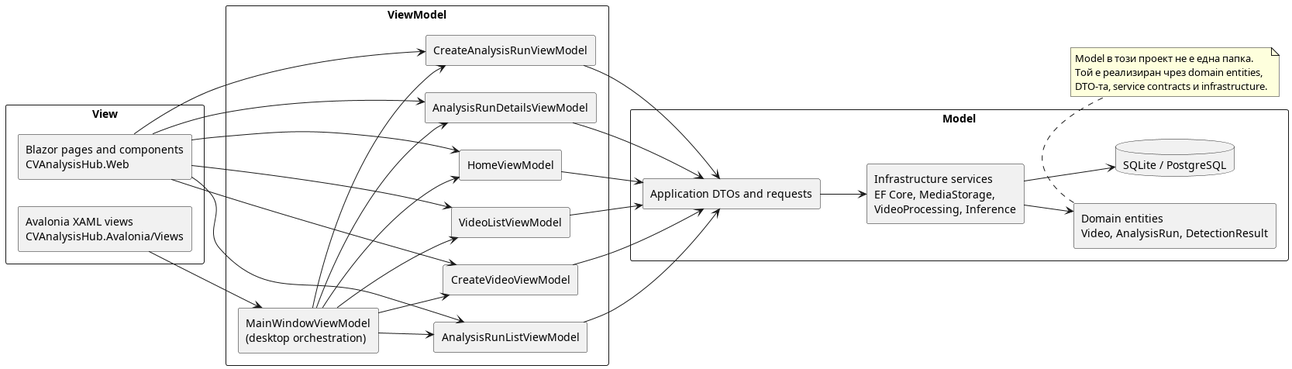
Above: documentation/figures/generated/mvvm-mapping.png in Apsie09/CV-Analysis-Hub (PlantUML), before the change. Its source is kept beside it as documentation/figures/diagrams/mvvm-mapping.puml. Source of this version:
```plantuml
@startuml
left to right direction
skinparam componentStyle rectangle
skinparam packageStyle rectangle

package "View" {
  component "Blazor pages and components\nCVAnalysisHub.Web" as view_web
  component "Avalonia XAML views\nCVAnalysisHub.Avalonia/Views" as view_avalonia
}

package "ViewModel" {
  component "HomeViewModel" as vm_home
  component "VideoListViewModel" as vm_videos
  component "CreateVideoViewModel" as vm_create_video
  component "AnalysisRunListViewModel" as vm_analysis_list
  component "CreateAnalysisRunViewModel" as vm_create_analysis
  component "AnalysisRunDetailsViewModel" as vm_analysis_details
  component "MainWindowViewModel\n(desktop orchestration)" as vm_shell
}

package "Model" {
  component "Domain entities\nVideo, AnalysisRun, DetectionResult" as model_domain
  component "Application DTOs and requests" as model_dtos
  component "Infrastructure services\nEF Core, MediaStorage,\nVideoProcessing, Inference" as model_services
  database "SQLite / PostgreSQL" as model_db
}

view_web --> vm_home
view_web --> vm_videos
view_web --> vm_create_video
view_web --> vm_analysis_list
view_web --> vm_create_analysis
view_web --> vm_analysis_details

view_avalonia --> vm_shell
vm_shell --> vm_home
vm_shell --> vm_videos
vm_shell --> vm_create_video
vm_shell --> vm_analysis_list
vm_shell --> vm_create_analysis
vm_shell --> vm_analysis_details

vm_home --> model_dtos
vm_videos --> model_dtos
vm_create_video --> model_dtos
vm_analysis_list --> model_dtos
vm_create_analysis --> model_dtos
vm_analysis_details --> model_dtos

model_dtos --> model_services
model_services --> model_domain
model_services --> model_db

note bottom of model_domain
Model в този проект не е една папка.
Той е реализиран чрез domain entities,
DTO-та, service contracts и infrastructure.
end note

@enduml
```
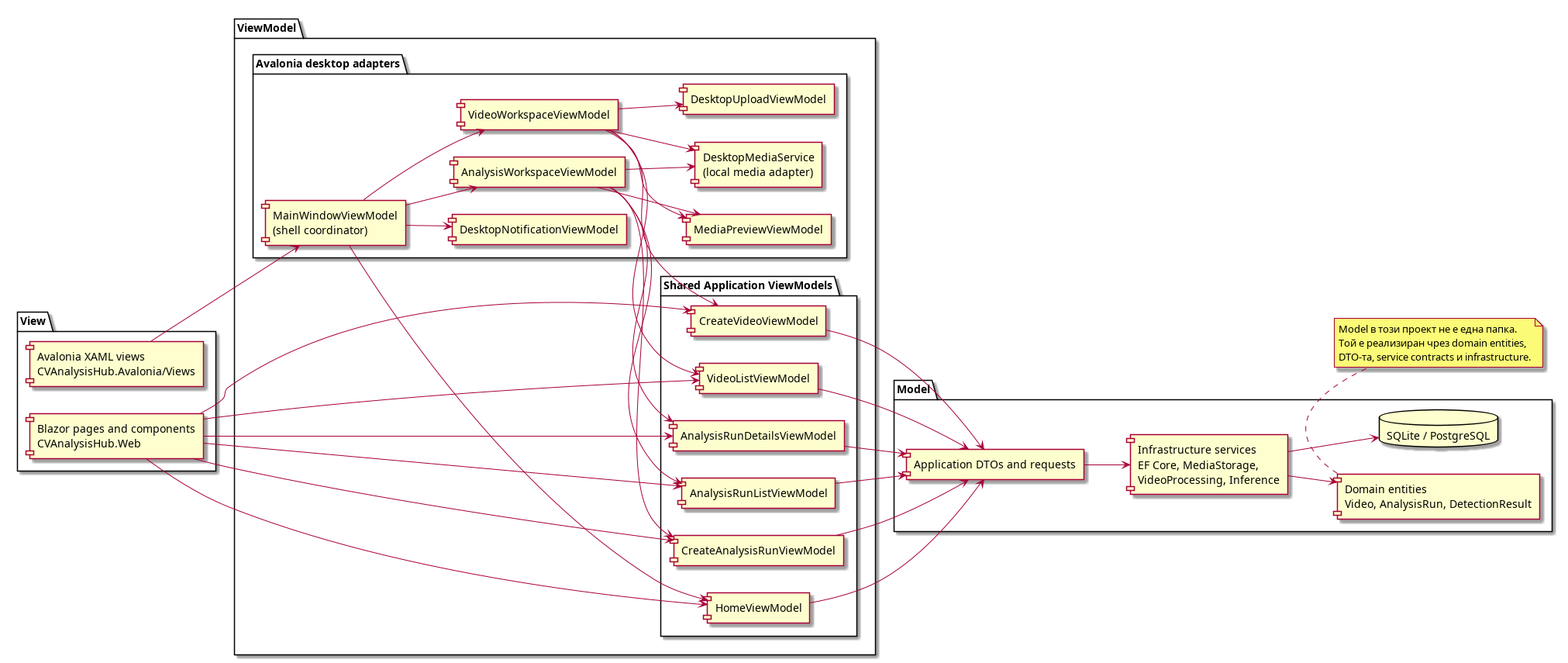
After the commit.

What changed in the source:
```diff
@@ -9,13 +9,24 @@
 }
 
 package "ViewModel" {
-  component "HomeViewModel" as vm_home
-  component "VideoListViewModel" as vm_videos
-  component "CreateVideoViewModel" as vm_create_video
-  component "AnalysisRunListViewModel" as vm_analysis_list
-  component "CreateAnalysisRunViewModel" as vm_create_analysis
-  component "AnalysisRunDetailsViewModel" as vm_analysis_details
-  component "MainWindowViewModel\n(desktop orchestration)" as vm_shell
+  package "Shared Application ViewModels" {
+    component "HomeViewModel" as vm_home
+    component "VideoListViewModel" as vm_videos
+    component "CreateVideoViewModel" as vm_create_video
+    component "AnalysisRunListViewModel" as vm_analysis_list
+    component "CreateAnalysisRunViewModel" as vm_create_analysis
+    component "AnalysisRunDetailsViewModel" as vm_analysis_details
+  }
+
+  package "Avalonia desktop adapters" {
+    component "MainWindowViewModel\n(shell coordinator)" as vm_shell
+    component "VideoWorkspaceViewModel" as vm_video_workspace
+    component "AnalysisWorkspaceViewModel" as vm_analysis_workspace
+    component "DesktopUploadViewModel" as vm_upload
+    component "MediaPreviewViewModel" as vm_preview
+    component "DesktopNotificationViewModel" as vm_notifications
+    component "DesktopMediaService\n(local media adapter)" as desktop_media
+  }
 }
 
 package "Model" {
@@ -34,11 +45,19 @@
 
 view_avalonia --> vm_shell
 vm_shell --> vm_home
-vm_shell --> vm_videos
-vm_shell --> vm_create_video
-vm_shell --> vm_analysis_list
-vm_shell --> vm_create_analysis
-vm_shell --> vm_analysis_details
+vm_shell --> vm_video_workspace
+vm_shell --> vm_analysis_workspace
+vm_shell --> vm_notifications
+vm_video_workspace --> vm_videos
+vm_video_workspace --> vm_create_video
+vm_video_workspace --> vm_upload
+vm_video_workspace --> vm_preview
+vm_video_workspace --> desktop_media
+vm_analysis_workspace --> vm_analysis_list
+vm_analysis_workspace --> vm_create_analysis
+vm_analysis_workspace --> vm_analysis_details
+vm_analysis_workspace --> vm_preview
+vm_analysis_workspace --> desktop_media
 
 vm_home --> model_dtos
 vm_videos --> model_dtos
```
